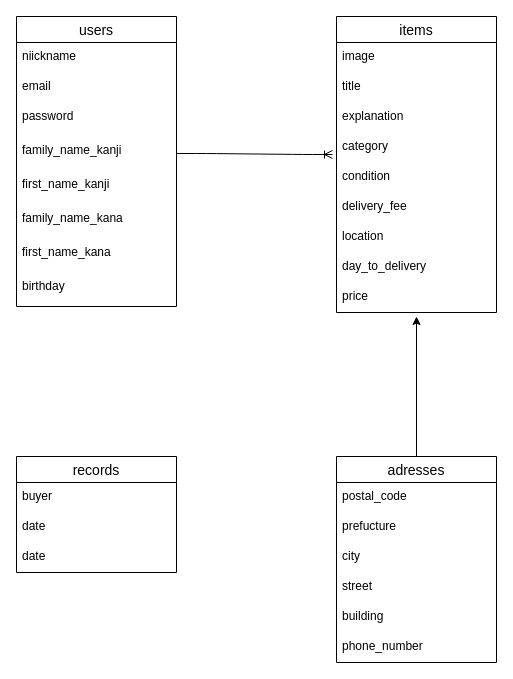
Earlier version of the draw.io diagram db/datebase.dio (myeongju24/furima-31079). Source tidied: cells renumbered, new cells numbered last; positions are measured from the earlier drawing's top-left corner, leaving out a move shared by most shapes. Both pictures are drawn from the tidied source at 100%, with x=0, y=0 at pixel (16, 16).
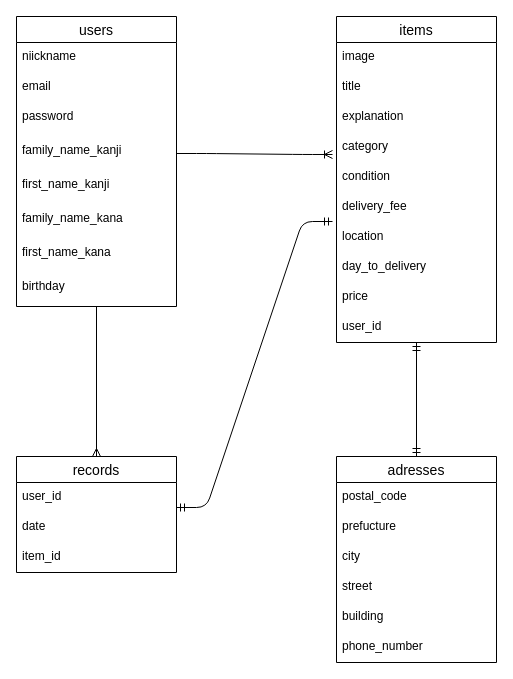
After the change.

The change refers to these unchanged cells:
```xml
<mxCell id="8" value="delivery_fee" style="text;strokeColor=none;fillColor=none;spacingLeft=4;spacingRight=4;overflow=hidden;points=[[0,0.5],[1,0.5]];portConstraint=eastwest;fontSize=12;" parent="2" vertex="1">
  <mxGeometry y="176" width="160" height="30" as="geometry" />
</mxCell>
<mxCell id="12" value="users" style="swimlane;fontStyle=0;horizontal=1;startSize=26;align=center;fontSize=14;direction=east;rotation=0;" parent="1" vertex="1">
  <mxGeometry width="160" height="290" as="geometry" />
</mxCell>
<mxCell id="22" value="adresses" style="swimlane;fontStyle=0;horizontal=1;startSize=26;align=center;fontSize=14;" parent="1" vertex="1">
  <mxGeometry x="320" y="440" width="160" height="206" as="geometry" />
</mxCell>
<mxCell id="30" value="records" style="swimlane;fontStyle=0;horizontal=1;startSize=26;align=center;fontSize=14;" parent="1" vertex="1">
  <mxGeometry y="440" width="160" height="116" as="geometry" />
</mxCell>
```

Change to the diagram source:
```diff
@@
+    <mxCell id="34" style="edgeStyle=orthogonalEdgeStyle;rounded=0;jettySize=auto;html=1;entryX=0.5;entryY=0;entryDx=0;entryDy=0;endArrow=ERmandOne;endFill=0;startArrow=ERmandOne;startFill=0;" parent="1" edge="1" source="2" target="22">
+      <mxGeometry relative="1" as="geometry" />
+    </mxCell>
     <mxCell id="2" value="items" style="swimlane;fontStyle=0;horizontal=1;startSize=26;align=center;fontSize=14;" parent="1" vertex="1">
-      <mxGeometry x="320" width="160" height="296" as="geometry" />
+      <mxGeometry x="320" width="160" height="326" as="geometry" />
     </mxCell>
@@
+    <mxCell id="35" value="user_id" style="text;strokeColor=none;fillColor=none;spacingLeft=4;spacingRight=4;overflow=hidden;fontSize=12;" parent="2" vertex="1">
+      <mxGeometry y="296" width="160" height="30" as="geometry" />
+    </mxCell>
+    <mxCell id="36" style="edgeStyle=orthogonalEdgeStyle;rounded=0;jettySize=auto;html=1;entryX=0.5;entryY=0;entryDx=0;entryDy=0;endArrow=ERmany;endFill=0;" parent="1" edge="1" source="12" target="30">
+      <mxGeometry relative="1" as="geometry" />
+    </mxCell>
@@
-    <mxCell id="21" style="edgeStyle=orthogonalEdgeStyle;rounded=0;jettySize=auto;html=1;" parent="1" edge="1" source="22">
-      <mxGeometry relative="1" as="geometry">
-        <mxPoint x="400" y="300" as="targetPoint" />
-      </mxGeometry>
-    </mxCell>
@@
-    <mxCell id="31" value="buyer" style="text;strokeColor=none;fillColor=none;spacingLeft=4;spacingRight=4;overflow=hidden;fontSize=12;" parent="30" vertex="1">
-      <mxGeometry y="26" width="160" height="30" as="geometry" />
-    </mxCell>
-    <mxCell id="32" value="date" style="text;strokeColor=none;fillColor=none;spacingLeft=4;spacingRight=4;overflow=hidden;fontSize=12;" parent="30" vertex="1">
-      <mxGeometry y="56" width="160" height="30" as="geometry" />
+    <mxCell id="32" value="user_id" style="text;strokeColor=none;fillColor=none;spacingLeft=4;spacingRight=4;overflow=hidden;fontSize=12;" parent="30" vertex="1">
+      <mxGeometry y="26" width="160" height="30" as="geometry" />
     </mxCell>
+    <mxCell id="37" value="date" style="text;strokeColor=none;fillColor=none;spacingLeft=4;spacingRight=4;overflow=hidden;fontSize=12;" parent="30" vertex="1">
+      <mxGeometry y="56" width="160" height="30" as="geometry" />
+    </mxCell>
-    <mxCell id="33" value="date" style="text;strokeColor=none;fillColor=none;spacingLeft=4;spacingRight=4;overflow=hidden;fontSize=12;" parent="30" vertex="1">
+    <mxCell id="33" value="item_id" style="text;strokeColor=none;fillColor=none;spacingLeft=4;spacingRight=4;overflow=hidden;fontSize=12;" parent="30" vertex="1">
       <mxGeometry y="86" width="160" height="30" as="geometry" />
     </mxCell>
+    <mxCell id="38" style="edgeStyle=entityRelationEdgeStyle;fontSize=12;html=1;endArrow=ERmandOne;startArrow=ERmandOne;entryX=-0.025;entryY=0.967;entryDx=0;entryDy=0;entryPerimeter=0;exitX=1;exitY=0.833;exitDx=0;exitDy=0;exitPerimeter=0;" parent="1" edge="1" target="8">
+      <mxGeometry relative="1" as="geometry">
+        <mxPoint x="160" y="491" as="sourcePoint" />
+      </mxGeometry>
+    </mxCell>
```
